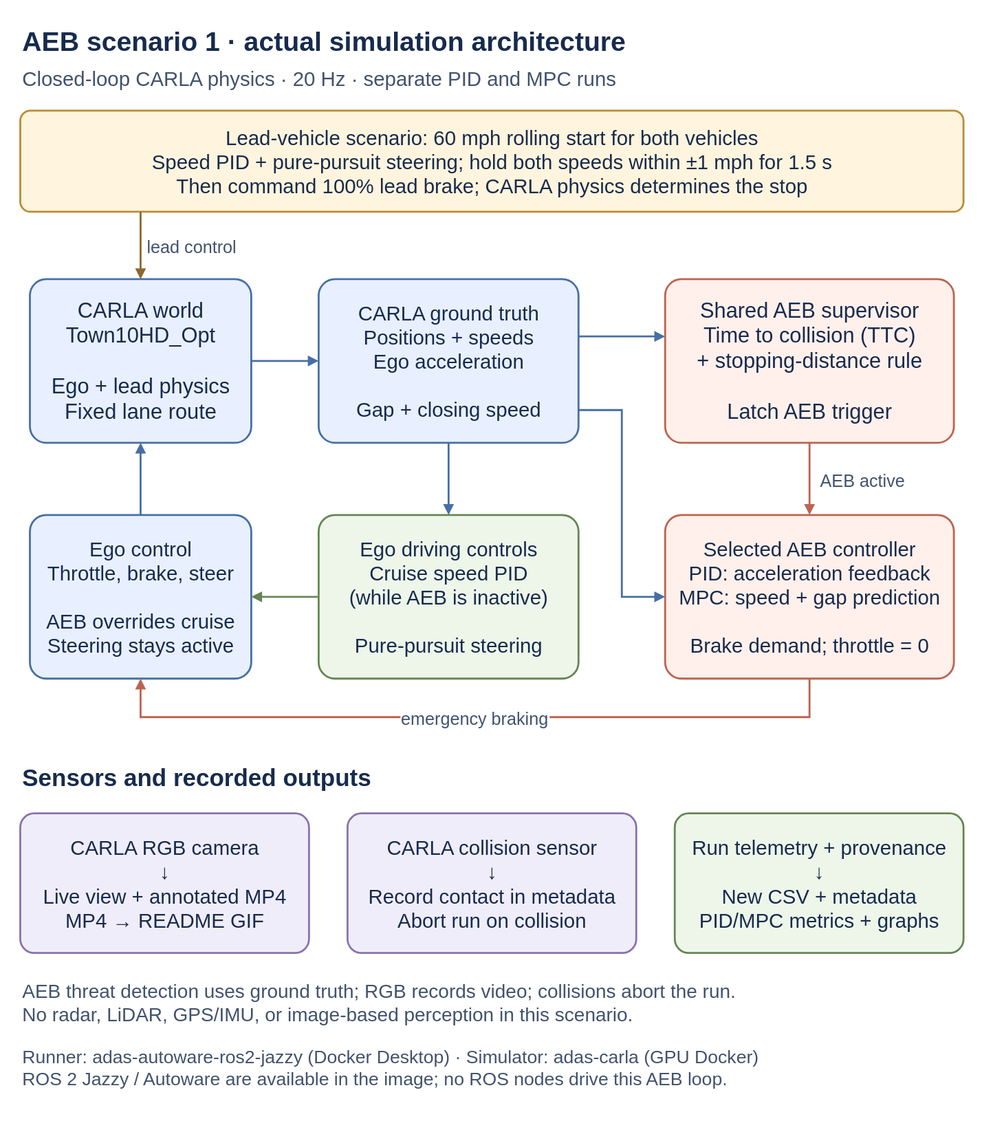
Above: AEB scenario 1/architecture.svg in Nandhini1github/ADAS-in-Autonomous-Car (draw.io), before the change. Source tidied: cells renumbered, new cells last; positions are measured from the earlier drawing's top-left corner, leaving out a move shared by most shapes.
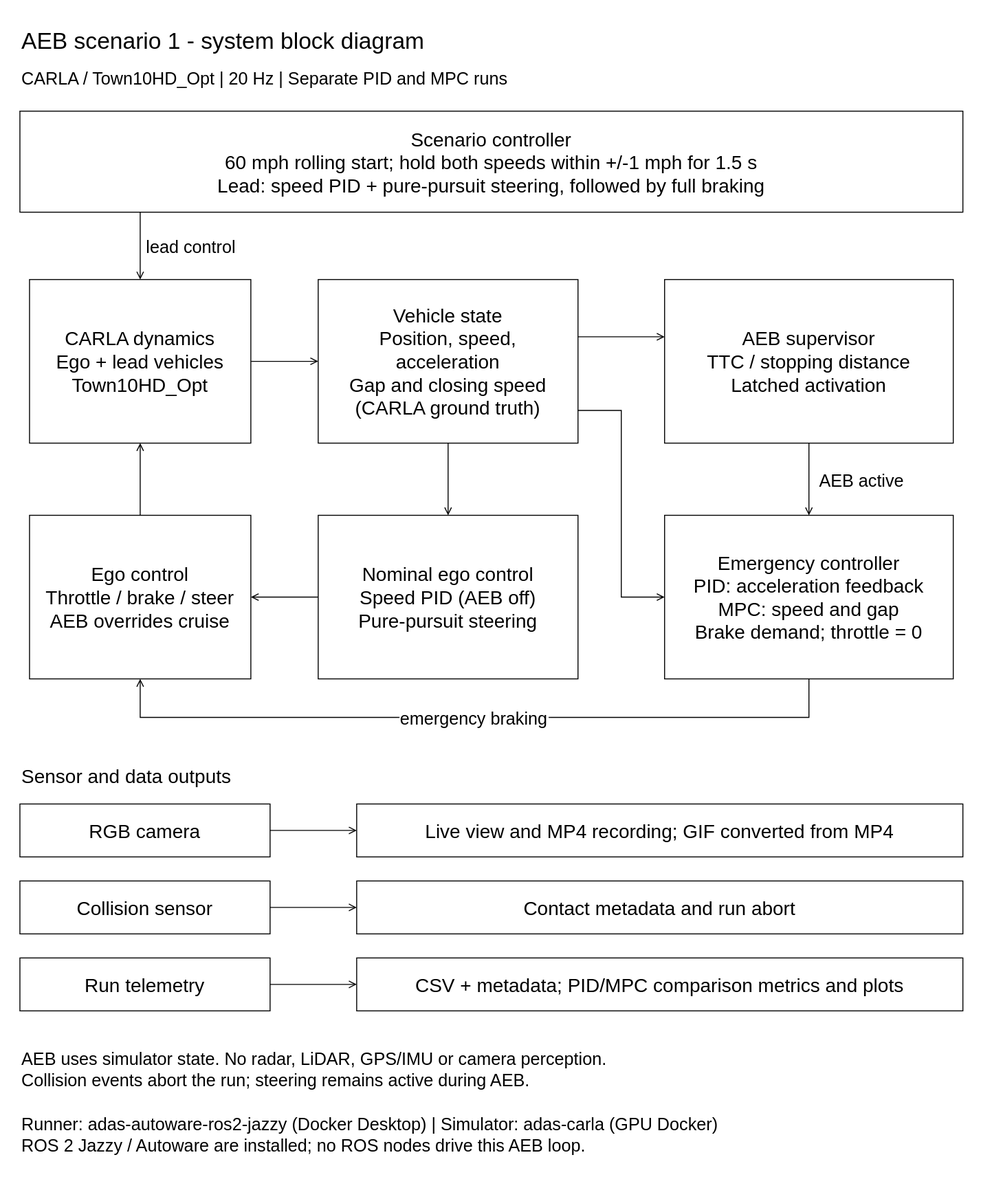
The same diagram one commit later.

Commit message:
Restyle AEB architecture as a black-and-white draw.io diagram

The edit, as a diff of the source:
```diff
@@ -2,50 +2,50 @@
   <root>
     <mxCell id="0" />
     <mxCell id="1" parent="0" />
-    <mxCell id="2" value="AEB scenario 1 · actual simulation architecture" style="text;html=0;strokeColor=none;fillColor=none;align=left;verticalAlign=middle;fontFamily=Arial;fontSize=28;fontStyle=1;fontColor=#172b4d;" parent="1" vertex="1">
+    <mxCell id="2" value="AEB scenario 1 - system block diagram" style="text;html=0;strokeColor=none;fillColor=none;align=left;verticalAlign=middle;fontFamily=Arial;fontSize=24;fontStyle=0;fontColor=#000000;rounded=0;shadow=0;" parent="1" vertex="1">
       <mxGeometry width="980" height="40" as="geometry" />
     </mxCell>
-    <mxCell id="3" value="Closed-loop CARLA physics · 20 Hz · separate PID and MPC runs" style="text;html=0;strokeColor=none;fillColor=none;align=left;verticalAlign=middle;fontFamily=Arial;fontSize=21;fontColor=#42526e;" parent="1" vertex="1">
+    <mxCell id="3" value="CARLA / Town10HD_Opt | 20 Hz | Separate PID and MPC runs" style="text;html=0;strokeColor=none;fillColor=none;align=left;verticalAlign=middle;fontFamily=Arial;fontSize=18;fontColor=#000000;rounded=0;shadow=0;fontStyle=0;" parent="1" vertex="1">
       <mxGeometry y="45" width="980" height="30" as="geometry" />
     </mxCell>
-    <mxCell id="4" value="Lead-vehicle scenario: 60 mph rolling start for both vehicles&#10;Speed PID + pure-pursuit steering; hold both speeds within ±1 mph for 1.5 s&#10;Then command 100% lead brake; CARLA physics determines the stop" style="rounded=1;arcSize=10;html=0;whiteSpace=wrap;fillColor=#fff4dd;strokeColor=#ba8c37;strokeWidth=2;fontFamily=Arial;fontSize=21;fontColor=#172b4d;spacing=12;" parent="1" vertex="1">
+    <mxCell id="4" value="Scenario controller&#10;60 mph rolling start; hold both speeds within +/-1 mph for 1.5 s&#10;Lead: speed PID + pure-pursuit steering, followed by full braking" style="rounded=0;html=0;whiteSpace=wrap;fillColor=#ffffff;strokeColor=#000000;strokeWidth=1;fontFamily=Arial;fontSize=20;fontColor=#000000;spacing=12;shadow=0;fontStyle=0;" parent="1" vertex="1">
       <mxGeometry y="95" width="980" height="105" as="geometry" />
     </mxCell>
-    <mxCell id="5" value="CARLA world&#10;Town10HD_Opt&#10;&#10;Ego + lead physics&#10;Fixed lane route" style="rounded=1;arcSize=10;html=0;whiteSpace=wrap;fillColor=#e8f0ff;strokeColor=#476fa5;strokeWidth=2;fontFamily=Arial;fontSize=22;fontColor=#172b4d;spacing=12;" parent="1" vertex="1">
+    <mxCell id="5" value="CARLA dynamics&#10;Ego + lead vehicles&#10;Town10HD_Opt" style="rounded=0;html=0;whiteSpace=wrap;fillColor=#ffffff;strokeColor=#000000;strokeWidth=1;fontFamily=Arial;fontSize=20;fontColor=#000000;spacing=12;shadow=0;fontStyle=0;" parent="1" vertex="1">
       <mxGeometry x="10" y="270" width="230" height="170" as="geometry" />
     </mxCell>
-    <mxCell id="6" value="CARLA ground truth&#10;Positions + speeds&#10;Ego acceleration&#10;&#10;Gap + closing speed" style="rounded=1;arcSize=10;html=0;whiteSpace=wrap;fillColor=#e8f0ff;strokeColor=#476fa5;strokeWidth=2;fontFamily=Arial;fontSize=21;fontColor=#172b4d;spacing=10;" parent="1" vertex="1">
+    <mxCell id="6" value="Vehicle state&#10;Position, speed, acceleration&#10;Gap and closing speed&#10;(CARLA ground truth)" style="rounded=0;html=0;whiteSpace=wrap;fillColor=#ffffff;strokeColor=#000000;strokeWidth=1;fontFamily=Arial;fontSize=20;fontColor=#000000;spacing=10;shadow=0;fontStyle=0;" parent="1" vertex="1">
       <mxGeometry x="310" y="270" width="270" height="170" as="geometry" />
     </mxCell>
-    <mxCell id="7" value="Shared AEB supervisor&#10;Time to collision (TTC)&#10;+ stopping-distance rule&#10;&#10;Latch AEB trigger" style="rounded=1;arcSize=10;html=0;whiteSpace=wrap;fillColor=#fff0eb;strokeColor=#bc6450;strokeWidth=2;fontFamily=Arial;fontSize=22;fontColor=#172b4d;spacing=12;" parent="1" vertex="1">
+    <mxCell id="7" value="AEB supervisor&#10;TTC / stopping distance&#10;Latched activation" style="rounded=0;html=0;whiteSpace=wrap;fillColor=#ffffff;strokeColor=#000000;strokeWidth=1;fontFamily=Arial;fontSize=20;fontColor=#000000;spacing=12;shadow=0;fontStyle=0;" parent="1" vertex="1">
       <mxGeometry x="670" y="270" width="300" height="170" as="geometry" />
     </mxCell>
-    <mxCell id="8" value="Selected AEB controller&#10;PID: acceleration feedback&#10;MPC: speed + gap prediction&#10;&#10;Brake demand; throttle = 0" style="rounded=1;arcSize=10;html=0;whiteSpace=wrap;fillColor=#fff0eb;strokeColor=#bc6450;strokeWidth=2;fontFamily=Arial;fontSize=21;fontColor=#172b4d;spacing=10;" parent="1" vertex="1">
+    <mxCell id="8" value="Emergency controller&#10;PID: acceleration feedback&#10;MPC: speed and gap&#10;Brake demand; throttle = 0" style="rounded=0;html=0;whiteSpace=wrap;fillColor=#ffffff;strokeColor=#000000;strokeWidth=1;fontFamily=Arial;fontSize=20;fontColor=#000000;spacing=10;shadow=0;fontStyle=0;" parent="1" vertex="1">
       <mxGeometry x="670" y="515" width="300" height="170" as="geometry" />
     </mxCell>
-    <mxCell id="9" value="Ego driving controls&#10;Cruise speed PID&#10;(while AEB is inactive)&#10;&#10;Pure-pursuit steering" style="rounded=1;arcSize=10;html=0;whiteSpace=wrap;fillColor=#eef6ea;strokeColor=#658653;strokeWidth=2;fontFamily=Arial;fontSize=21;fontColor=#172b4d;spacing=10;" parent="1" vertex="1">
+    <mxCell id="9" value="Nominal ego control&#10;Speed PID (AEB off)&#10;Pure-pursuit steering" style="rounded=0;html=0;whiteSpace=wrap;fillColor=#ffffff;strokeColor=#000000;strokeWidth=1;fontFamily=Arial;fontSize=20;fontColor=#000000;spacing=10;shadow=0;fontStyle=0;" parent="1" vertex="1">
       <mxGeometry x="310" y="515" width="270" height="170" as="geometry" />
     </mxCell>
-    <mxCell id="10" value="Ego control&#10;Throttle, brake, steer&#10;&#10;AEB overrides cruise&#10;Steering stays active" style="rounded=1;arcSize=10;html=0;whiteSpace=wrap;fillColor=#e8f0ff;strokeColor=#476fa5;strokeWidth=2;fontFamily=Arial;fontSize=21;fontColor=#172b4d;spacing=10;" parent="1" vertex="1">
+    <mxCell id="10" value="Ego control&#10;Throttle / brake / steer&#10;AEB overrides cruise" style="rounded=0;html=0;whiteSpace=wrap;fillColor=#ffffff;strokeColor=#000000;strokeWidth=1;fontFamily=Arial;fontSize=20;fontColor=#000000;spacing=10;shadow=0;fontStyle=0;" parent="1" vertex="1">
       <mxGeometry x="10" y="515" width="230" height="170" as="geometry" />
     </mxCell>
-    <mxCell id="11" value="lead control" style="edgeStyle=orthogonalEdgeStyle;rounded=0;html=0;endArrow=block;endFill=1;strokeColor=#8b682c;strokeWidth=2;fontFamily=Arial;fontSize=18;fontColor=#42526e;labelBackgroundColor=#ffffff;exitX=0.12755;exitY=1;entryX=0.5;entryY=0;" parent="1" edge="1" source="4" target="5">
+    <mxCell id="11" value="lead control" style="edgeStyle=orthogonalEdgeStyle;rounded=0;html=0;endArrow=open;endFill=0;strokeColor=#000000;strokeWidth=1;fontFamily=Arial;fontSize=18;fontColor=#000000;labelBackgroundColor=#ffffff;exitX=0.12755;exitY=1;entryX=0.5;entryY=0;shadow=0;fontStyle=0;" parent="1" edge="1" source="4" target="5">
       <mxGeometry relative="1" as="geometry">
         <mxPoint x="53" as="offset" />
       </mxGeometry>
     </mxCell>
-    <mxCell id="12" style="edgeStyle=orthogonalEdgeStyle;rounded=0;html=0;endArrow=block;endFill=1;strokeColor=#476fa5;strokeWidth=2;exitX=1;exitY=0.5;entryX=0;entryY=0.5;" parent="1" edge="1" source="5" target="6">
+    <mxCell id="12" style="edgeStyle=orthogonalEdgeStyle;rounded=0;html=0;endArrow=open;endFill=0;strokeColor=#000000;strokeWidth=1;exitX=1;exitY=0.5;entryX=0;entryY=0.5;shadow=0;fontFamily=Arial;fontStyle=0;fontSize=18;fontColor=#000000;" parent="1" edge="1" source="5" target="6">
       <mxGeometry relative="1" as="geometry" />
     </mxCell>
-    <mxCell id="13" style="edgeStyle=orthogonalEdgeStyle;rounded=0;html=0;endArrow=block;endFill=1;strokeColor=#476fa5;strokeWidth=2;exitX=1;exitY=0.35;entryX=0;entryY=0.35;" parent="1" edge="1" source="6" target="7">
+    <mxCell id="13" style="edgeStyle=orthogonalEdgeStyle;rounded=0;html=0;endArrow=open;endFill=0;strokeColor=#000000;strokeWidth=1;exitX=1;exitY=0.35;entryX=0;entryY=0.35;shadow=0;fontFamily=Arial;fontStyle=0;fontSize=18;fontColor=#000000;" parent="1" edge="1" source="6" target="7">
       <mxGeometry relative="1" as="geometry" />
     </mxCell>
-    <mxCell id="14" value="AEB active" style="edgeStyle=orthogonalEdgeStyle;rounded=0;html=0;endArrow=block;endFill=1;strokeColor=#bc6450;strokeWidth=2;fontFamily=Arial;fontSize=18;fontColor=#42526e;labelBackgroundColor=#ffffff;exitX=0.5;exitY=1;entryX=0.5;entryY=0;" parent="1" edge="1" source="7" target="8">
+    <mxCell id="14" value="AEB active" style="edgeStyle=orthogonalEdgeStyle;rounded=0;html=0;endArrow=open;endFill=0;strokeColor=#000000;strokeWidth=1;fontFamily=Arial;fontSize=18;fontColor=#000000;labelBackgroundColor=#ffffff;exitX=0.5;exitY=1;entryX=0.5;entryY=0;shadow=0;fontStyle=0;" parent="1" edge="1" source="7" target="8">
       <mxGeometry relative="1" as="geometry">
         <mxPoint x="55" as="offset" />
       </mxGeometry>
     </mxCell>
-    <mxCell id="15" style="edgeStyle=orthogonalEdgeStyle;rounded=0;html=0;endArrow=block;endFill=1;strokeColor=#476fa5;strokeWidth=2;exitX=1;exitY=0.8;entryX=0;entryY=0.5;" parent="1" edge="1" source="6" target="8">
+    <mxCell id="15" style="edgeStyle=orthogonalEdgeStyle;rounded=0;html=0;endArrow=open;endFill=0;strokeColor=#000000;strokeWidth=1;exitX=1;exitY=0.8;entryX=0;entryY=0.5;shadow=0;fontFamily=Arial;fontStyle=0;fontSize=18;fontColor=#000000;" parent="1" edge="1" source="6" target="8">
       <mxGeometry relative="1" as="geometry">
         <Array as="points">
           <mxPoint x="625" y="406" />
@@ -53,13 +53,13 @@
         </Array>
       </mxGeometry>
     </mxCell>
-    <mxCell id="16" style="edgeStyle=orthogonalEdgeStyle;rounded=0;html=0;endArrow=block;endFill=1;strokeColor=#476fa5;strokeWidth=2;exitX=0.5;exitY=1;entryX=0.5;entryY=0;" parent="1" edge="1" source="6" target="9">
+    <mxCell id="16" style="edgeStyle=orthogonalEdgeStyle;rounded=0;html=0;endArrow=open;endFill=0;strokeColor=#000000;strokeWidth=1;exitX=0.5;exitY=1;entryX=0.5;entryY=0;shadow=0;fontFamily=Arial;fontStyle=0;fontSize=18;fontColor=#000000;" parent="1" edge="1" source="6" target="9">
       <mxGeometry relative="1" as="geometry" />
     </mxCell>
-    <mxCell id="17" style="edgeStyle=orthogonalEdgeStyle;rounded=0;html=0;endArrow=block;endFill=1;strokeColor=#658653;strokeWidth=2;exitX=0;exitY=0.5;entryX=1;entryY=0.5;" parent="1" edge="1" source="9" target="10">
+    <mxCell id="17" style="edgeStyle=orthogonalEdgeStyle;rounded=0;html=0;endArrow=open;endFill=0;strokeColor=#000000;strokeWidth=1;exitX=0;exitY=0.5;entryX=1;entryY=0.5;shadow=0;fontFamily=Arial;fontStyle=0;fontSize=18;fontColor=#000000;" parent="1" edge="1" source="9" target="10">
       <mxGeometry relative="1" as="geometry" />
     </mxCell>
-    <mxCell id="18" value="emergency braking" style="edgeStyle=orthogonalEdgeStyle;rounded=0;html=0;endArrow=block;endFill=1;strokeColor=#bc6450;strokeWidth=2;fontFamily=Arial;fontSize=18;fontColor=#42526e;labelBackgroundColor=#ffffff;exitX=0.5;exitY=1;entryX=0.5;entryY=1;" parent="1" edge="1" source="8" target="10">
+    <mxCell id="18" value="emergency braking" style="edgeStyle=orthogonalEdgeStyle;rounded=0;html=0;endArrow=open;endFill=0;strokeColor=#000000;strokeWidth=1;fontFamily=Arial;fontSize=18;fontColor=#000000;labelBackgroundColor=#ffffff;exitX=0.5;exitY=1;entryX=0.5;entryY=1;shadow=0;fontStyle=0;" parent="1" edge="1" source="8" target="10">
       <mxGeometry relative="1" as="geometry">
         <Array as="points">
           <mxPoint x="820" y="725" />
@@ -67,26 +67,44 @@
         </Array>
       </mxGeometry>
     </mxCell>
-    <mxCell id="19" style="edgeStyle=orthogonalEdgeStyle;rounded=0;html=0;endArrow=block;endFill=1;strokeColor=#476fa5;strokeWidth=2;exitX=0.5;exitY=0;entryX=0.5;entryY=1;" parent="1" edge="1" source="10" target="5">
+    <mxCell id="19" style="edgeStyle=orthogonalEdgeStyle;rounded=0;html=0;endArrow=open;endFill=0;strokeColor=#000000;strokeWidth=1;exitX=0.5;exitY=0;entryX=0.5;entryY=1;shadow=0;fontFamily=Arial;fontStyle=0;fontSize=18;fontColor=#000000;" parent="1" edge="1" source="10" target="5">
       <mxGeometry relative="1" as="geometry" />
     </mxCell>
-    <mxCell id="20" value="Sensors and recorded outputs" style="text;html=0;strokeColor=none;fillColor=none;align=left;verticalAlign=middle;fontFamily=Arial;fontSize=25;fontStyle=1;fontColor=#172b4d;" parent="1" vertex="1">
+    <mxCell id="20" value="Sensor and data outputs" style="text;html=0;strokeColor=none;fillColor=none;align=left;verticalAlign=middle;fontFamily=Arial;fontSize=20;fontStyle=0;fontColor=#000000;rounded=0;shadow=0;" parent="1" vertex="1">
       <mxGeometry y="765" width="980" height="40" as="geometry" />
     </mxCell>
-    <mxCell id="21" value="CARLA RGB camera&#10;↓&#10;Live view + annotated MP4&#10;MP4 → README GIF" style="rounded=1;arcSize=10;html=0;whiteSpace=wrap;fillColor=#f0edfa;strokeColor=#8873ad;strokeWidth=2;fontFamily=Arial;fontSize=21;fontColor=#172b4d;spacing=10;" parent="1" vertex="1">
-      <mxGeometry y="825" width="300" height="145" as="geometry" />
+    <mxCell id="21" value="RGB camera" style="rounded=0;html=0;whiteSpace=wrap;fillColor=#ffffff;strokeColor=#000000;strokeWidth=1;fontFamily=Arial;fontSize=20;fontColor=#000000;spacing=10;shadow=0;fontStyle=0;" parent="1" vertex="1">
+      <mxGeometry y="815" width="260" height="55" as="geometry" />
     </mxCell>
-    <mxCell id="22" value="CARLA collision sensor&#10;↓&#10;Record contact in metadata&#10;Abort run on collision" style="rounded=1;arcSize=10;html=0;whiteSpace=wrap;fillColor=#f0edfa;strokeColor=#8873ad;strokeWidth=2;fontFamily=Arial;fontSize=21;fontColor=#172b4d;spacing=10;" parent="1" vertex="1">
-      <mxGeometry x="340" y="825" width="300" height="145" as="geometry" />
+    <mxCell id="22" value="Collision sensor" style="rounded=0;html=0;whiteSpace=wrap;fillColor=#ffffff;strokeColor=#000000;strokeWidth=1;fontFamily=Arial;fontSize=20;fontColor=#000000;spacing=10;shadow=0;fontStyle=0;" parent="1" vertex="1">
+      <mxGeometry y="895" width="260" height="55" as="geometry" />
     </mxCell>
-    <mxCell id="23" value="Run telemetry + provenance&#10;↓&#10;New CSV + metadata&#10;PID/MPC metrics + graphs" style="rounded=1;arcSize=10;html=0;whiteSpace=wrap;fillColor=#eef6ea;strokeColor=#658653;strokeWidth=2;fontFamily=Arial;fontSize=21;fontColor=#172b4d;spacing=10;" parent="1" vertex="1">
-      <mxGeometry x="680" y="825" width="300" height="145" as="geometry" />
+    <mxCell id="23" value="Run telemetry" style="rounded=0;html=0;whiteSpace=wrap;fillColor=#ffffff;strokeColor=#000000;strokeWidth=1;fontFamily=Arial;fontSize=20;fontColor=#000000;spacing=10;shadow=0;fontStyle=0;" parent="1" vertex="1">
+      <mxGeometry y="975" width="260" height="55" as="geometry" />
     </mxCell>
-    <mxCell id="24" value="AEB threat detection uses ground truth; RGB records video; collisions abort the run.&#10;No radar, LiDAR, GPS/IMU, or image-based perception in this scenario." style="text;html=0;strokeColor=none;fillColor=none;align=left;verticalAlign=middle;fontFamily=Arial;fontSize=20;fontColor=#42526e;" parent="1" vertex="1">
-      <mxGeometry y="990" width="980" height="60" as="geometry" />
+    <mxCell id="24" value="AEB uses simulator state. No radar, LiDAR, GPS/IMU or camera perception.&#10;Collision events abort the run; steering remains active during AEB." style="text;html=0;strokeColor=none;fillColor=none;align=left;verticalAlign=middle;fontFamily=Arial;fontSize=18;fontColor=#000000;rounded=0;shadow=0;fontStyle=0;" parent="1" vertex="1">
+      <mxGeometry y="1060" width="980" height="60" as="geometry" />
     </mxCell>
-    <mxCell id="25" value="Runner: adas-autoware-ros2-jazzy (Docker Desktop) · Simulator: adas-carla (GPU Docker)&#10;ROS 2 Jazzy / Autoware are available in the image; no ROS nodes drive this AEB loop." style="text;html=0;strokeColor=none;fillColor=none;align=left;verticalAlign=middle;fontFamily=Arial;fontSize=19;fontColor=#42526e;" parent="1" vertex="1">
-      <mxGeometry y="1060" width="980" height="55" as="geometry" />
+    <mxCell id="25" value="Runner: adas-autoware-ros2-jazzy (Docker Desktop) | Simulator: adas-carla (GPU Docker)&#10;ROS 2 Jazzy / Autoware are installed; no ROS nodes drive this AEB loop." style="text;html=0;strokeColor=none;fillColor=none;align=left;verticalAlign=middle;fontFamily=Arial;fontSize=18;fontColor=#000000;rounded=0;shadow=0;fontStyle=0;" parent="1" vertex="1">
+      <mxGeometry y="1130" width="980" height="55" as="geometry" />
     </mxCell>
+    <mxCell id="26" value="Live view and MP4 recording; GIF converted from MP4" style="rounded=0;html=0;whiteSpace=wrap;fillColor=#ffffff;strokeColor=#000000;strokeWidth=1;fontFamily=Arial;fontSize=20;fontColor=#000000;fontStyle=0;spacing=10;" parent="1" vertex="1">
+      <mxGeometry x="350" y="815" width="630" height="55" as="geometry" />
+    </mxCell>
+    <mxCell id="27" style="edgeStyle=orthogonalEdgeStyle;rounded=0;html=0;endArrow=open;endFill=0;strokeColor=#000000;strokeWidth=1;exitX=1;exitY=0.5;entryX=0;entryY=0.5;" parent="1" edge="1" source="21" target="26">
+      <mxGeometry relative="1" as="geometry" />
+    </mxCell>
+    <mxCell id="28" value="Contact metadata and run abort" style="rounded=0;html=0;whiteSpace=wrap;fillColor=#ffffff;strokeColor=#000000;strokeWidth=1;fontFamily=Arial;fontSize=20;fontColor=#000000;fontStyle=0;spacing=10;" parent="1" vertex="1">
+      <mxGeometry x="350" y="895" width="630" height="55" as="geometry" />
+    </mxCell>
+    <mxCell id="29" style="edgeStyle=orthogonalEdgeStyle;rounded=0;html=0;endArrow=open;endFill=0;strokeColor=#000000;strokeWidth=1;exitX=1;exitY=0.5;entryX=0;entryY=0.5;" parent="1" edge="1" source="22" target="28">
+      <mxGeometry relative="1" as="geometry" />
+    </mxCell>
+    <mxCell id="30" value="CSV + metadata; PID/MPC comparison metrics and plots" style="rounded=0;html=0;whiteSpace=wrap;fillColor=#ffffff;strokeColor=#000000;strokeWidth=1;fontFamily=Arial;fontSize=20;fontColor=#000000;fontStyle=0;spacing=10;" parent="1" vertex="1">
+      <mxGeometry x="350" y="975" width="630" height="55" as="geometry" />
+    </mxCell>
+    <mxCell id="31" style="edgeStyle=orthogonalEdgeStyle;rounded=0;html=0;endArrow=open;endFill=0;strokeColor=#000000;strokeWidth=1;exitX=1;exitY=0.5;entryX=0;entryY=0.5;" parent="1" edge="1" source="23" target="30">
+      <mxGeometry relative="1" as="geometry" />
+    </mxCell>
   </root>
 </mxGraphModel>
```
